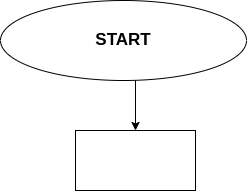
This is DFD0 Diagram.drawio.png from rushikesh-mallanath/draw, a draw.io export, as it was before one commit. Source tidied: cells renumbered, new cells last; positions are measured from the earlier drawing's top-left corner, leaving out a move shared by most shapes.
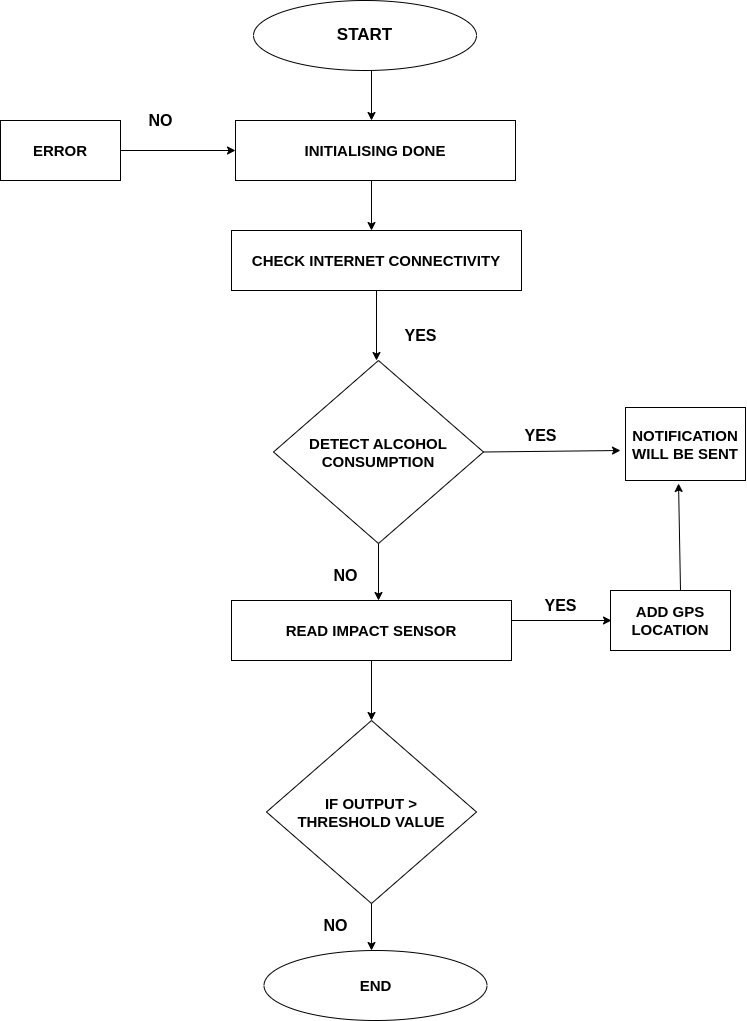
After the change.

Diff of the diagram source:
```diff
@@ -3,16 +3,105 @@
     <mxCell id="0" />
     <mxCell id="1" parent="0" />
     <mxCell id="2" value="&lt;b&gt;&lt;font style=&quot;font-size: 17px;&quot;&gt;START&lt;/font&gt;&lt;/b&gt;" style="ellipse;whiteSpace=wrap;html=1;" parent="1" vertex="1">
-      <mxGeometry width="246" height="80" as="geometry" />
+      <mxGeometry x="28" y="10" width="223" height="70" as="geometry" />
     </mxCell>
     <mxCell id="3" style="endArrow=classic;html=1;rounded=0;" parent="1" edge="1">
       <mxGeometry relative="1" as="geometry">
-        <mxPoint x="135" y="80" as="sourcePoint" />
-        <mxPoint x="135" y="130" as="targetPoint" />
+        <mxPoint x="146" y="80" as="sourcePoint" />
+        <mxPoint x="146" y="130" as="targetPoint" />
       </mxGeometry>
     </mxCell>
-    <mxCell id="4" style="rounded=0;whiteSpace=wrap;html=1;" parent="1" vertex="1">
-      <mxGeometry x="75" y="130" width="120" height="60" as="geometry" />
+    <mxCell id="4" value="&lt;b&gt;&lt;font style=&quot;font-size: 15px;&quot;&gt;INITIALISING DONE&lt;/font&gt;&lt;/b&gt;" style="rounded=0;whiteSpace=wrap;html=1;" parent="1" vertex="1">
+      <mxGeometry x="10" y="130" width="280" height="60" as="geometry" />
     </mxCell>
+    <mxCell id="5" style="endArrow=classic;html=1;rounded=0;" parent="1" edge="1">
+      <mxGeometry relative="1" as="geometry">
+        <mxPoint x="146" y="190" as="sourcePoint" />
+        <mxPoint x="146" y="240" as="targetPoint" />
+      </mxGeometry>
+    </mxCell>
+    <mxCell id="6" value="&lt;font style=&quot;font-size: 15px;&quot;&gt;&lt;b&gt;DETECT ALCOHOL CONSUMPTION&lt;/b&gt;&lt;/font&gt;" style="rhombus;whiteSpace=wrap;html=1;" parent="1" vertex="1">
+      <mxGeometry x="48" y="370" width="210" height="183" as="geometry" />
+    </mxCell>
+    <mxCell id="7" value="&lt;font style=&quot;font-size: 15px;&quot;&gt;&lt;b&gt;CHECK INTERNET CONNECTIVITY&lt;/b&gt;&lt;/font&gt;" style="rounded=0;whiteSpace=wrap;html=1;" parent="1" vertex="1">
+      <mxGeometry x="6" y="240" width="290" height="60" as="geometry" />
+    </mxCell>
+    <mxCell id="8" style="endArrow=classic;html=1;rounded=0;exitX=0.5;exitY=1;exitDx=0;exitDy=0;" parent="1" edge="1" source="7">
+      <mxGeometry relative="1" as="geometry">
+        <mxPoint x="151" y="370" as="targetPoint" />
+      </mxGeometry>
+    </mxCell>
+    <mxCell id="9" style="endArrow=classic;html=1;rounded=0;exitX=0.5;exitY=1;exitDx=0;exitDy=0;" parent="1" edge="1" source="6">
+      <mxGeometry relative="1" as="geometry">
+        <mxPoint x="153" y="610" as="targetPoint" />
+      </mxGeometry>
+    </mxCell>
+    <mxCell id="10" value="&lt;font style=&quot;font-size: 15px;&quot;&gt;&lt;b&gt;READ IMPACT SENSOR&lt;/b&gt;&lt;/font&gt;" style="rounded=0;whiteSpace=wrap;html=1;" parent="1" vertex="1">
+      <mxGeometry x="6" y="610" width="280" height="60" as="geometry" />
+    </mxCell>
+    <mxCell id="11" style="endArrow=classic;html=1;rounded=0;exitX=0.5;exitY=1;exitDx=0;exitDy=0;" parent="1" edge="1" source="10">
+      <mxGeometry relative="1" as="geometry">
+        <mxPoint x="146" y="730" as="targetPoint" />
+      </mxGeometry>
+    </mxCell>
+    <mxCell id="12" value="&lt;b style=&quot;font-size: 15px;&quot;&gt;&lt;font style=&quot;font-size: 15px;&quot;&gt;IF OUTPUT &amp;gt; &lt;br&gt;THRESHOLD VALUE&lt;/font&gt;&lt;/b&gt;" style="rhombus;whiteSpace=wrap;html=1;" parent="1" vertex="1">
+      <mxGeometry x="41" y="730" width="210" height="183" as="geometry" />
+    </mxCell>
+    <mxCell id="13" style="endArrow=classic;html=1;rounded=0;exitX=0.5;exitY=1;exitDx=0;exitDy=0;" parent="1" edge="1" source="12">
+      <mxGeometry relative="1" as="geometry">
+        <mxPoint x="146" y="960" as="targetPoint" />
+      </mxGeometry>
+    </mxCell>
+    <mxCell id="14" value="&lt;font style=&quot;font-size: 15px;&quot;&gt;&lt;b&gt;&lt;font style=&quot;font-size: 15px;&quot;&gt;E&lt;/font&gt;ND&lt;/b&gt;&lt;/font&gt;" style="ellipse;whiteSpace=wrap;html=1;" parent="1" vertex="1">
+      <mxGeometry x="38.5" y="960" width="223" height="70" as="geometry" />
+    </mxCell>
+    <mxCell id="15" value="&lt;font style=&quot;font-size: 15px;&quot;&gt;&lt;b&gt;ERROR&lt;/b&gt;&lt;/font&gt;" style="rounded=0;whiteSpace=wrap;html=1;" parent="1" vertex="1">
+      <mxGeometry x="-225" y="130" width="120" height="60" as="geometry" />
+    </mxCell>
+    <mxCell id="16" style="endArrow=classic;html=1;rounded=0;entryX=0;entryY=0.5;entryDx=0;entryDy=0;" parent="1" edge="1" target="4">
+      <mxGeometry relative="1" as="geometry">
+        <mxPoint x="-105" y="160" as="sourcePoint" />
+      </mxGeometry>
+    </mxCell>
+    <mxCell id="17" style="endArrow=classic;html=1;rounded=0;" parent="1" edge="1">
+      <mxGeometry relative="1" as="geometry">
+        <mxPoint x="286" y="630" as="sourcePoint" />
+        <mxPoint x="386" y="630" as="targetPoint" />
+      </mxGeometry>
+    </mxCell>
+    <mxCell id="18" value="&lt;font style=&quot;font-size: 15px;&quot;&gt;&lt;b&gt;NOTIFICATION WILL&amp;nbsp;BE SENT&lt;/b&gt;&lt;/font&gt;" style="rounded=0;whiteSpace=wrap;html=1;" parent="1" vertex="1">
+      <mxGeometry x="400" y="417" width="120" height="73" as="geometry" />
+    </mxCell>
+    <mxCell id="19" value="&lt;b&gt;&lt;font style=&quot;font-size: 15px;&quot;&gt;ADD GPS LOCATION&lt;/font&gt;&lt;/b&gt;" style="rounded=0;whiteSpace=wrap;html=1;" parent="1" vertex="1">
+      <mxGeometry x="385" y="600" width="120" height="60" as="geometry" />
+    </mxCell>
+    <mxCell id="20" style="endArrow=classic;html=1;rounded=0;entryX=0.442;entryY=1.041;entryDx=0;entryDy=0;entryPerimeter=0;" parent="1" edge="1" target="18">
+      <mxGeometry relative="1" as="geometry">
+        <mxPoint x="455" y="600" as="sourcePoint" />
+      </mxGeometry>
+    </mxCell>
+    <mxCell id="21" value="&lt;b&gt;&lt;font style=&quot;font-size: 16px;&quot;&gt;NO&lt;/font&gt;&lt;/b&gt;" style="text;html=1;align=center;verticalAlign=middle;strokeColor=none;fillColor=none;" parent="1" vertex="1">
+      <mxGeometry x="-90" y="115" width="50" height="30" as="geometry" />
+    </mxCell>
+    <mxCell id="22" value="&lt;b&gt;&lt;font style=&quot;font-size: 16px;&quot;&gt;NO&lt;/font&gt;&lt;/b&gt;" style="text;html=1;align=center;verticalAlign=middle;strokeColor=none;fillColor=none;" parent="1" vertex="1">
+      <mxGeometry x="95" y="570" width="50" height="30" as="geometry" />
+    </mxCell>
+    <mxCell id="23" value="&lt;b&gt;&lt;font style=&quot;font-size: 16px;&quot;&gt;NO&lt;/font&gt;&lt;/b&gt;" style="text;html=1;align=center;verticalAlign=middle;strokeColor=none;fillColor=none;" parent="1" vertex="1">
+      <mxGeometry x="85" y="920" width="50" height="30" as="geometry" />
+    </mxCell>
+    <mxCell id="24" value="&lt;font size=&quot;1&quot; style=&quot;&quot;&gt;&lt;b style=&quot;font-size: 16px;&quot;&gt;YES&lt;/b&gt;&lt;/font&gt;" style="text;html=1;align=center;verticalAlign=middle;strokeColor=none;fillColor=none;" parent="1" vertex="1">
+      <mxGeometry x="165" y="330" width="60" height="30" as="geometry" />
+    </mxCell>
+    <mxCell id="25" style="endArrow=classic;html=1;rounded=0;exitX=1;exitY=0.5;exitDx=0;exitDy=0;" parent="1" edge="1" source="6">
+      <mxGeometry relative="1" as="geometry">
+        <mxPoint x="395" y="460" as="targetPoint" />
+      </mxGeometry>
+    </mxCell>
+    <mxCell id="26" value="&lt;font size=&quot;1&quot; style=&quot;&quot;&gt;&lt;b style=&quot;font-size: 16px;&quot;&gt;YES&lt;/b&gt;&lt;/font&gt;" style="text;html=1;align=center;verticalAlign=middle;strokeColor=none;fillColor=none;" parent="1" vertex="1">
+      <mxGeometry x="285" y="430" width="60" height="30" as="geometry" />
+    </mxCell>
+    <mxCell id="27" value="&lt;font size=&quot;1&quot; style=&quot;&quot;&gt;&lt;b style=&quot;font-size: 16px;&quot;&gt;YES&lt;/b&gt;&lt;/font&gt;" style="text;html=1;align=center;verticalAlign=middle;strokeColor=none;fillColor=none;" parent="1" vertex="1">
+      <mxGeometry x="305" y="600" width="60" height="30" as="geometry" />
+    </mxCell>
   </root>
 </mxGraphModel>
```
